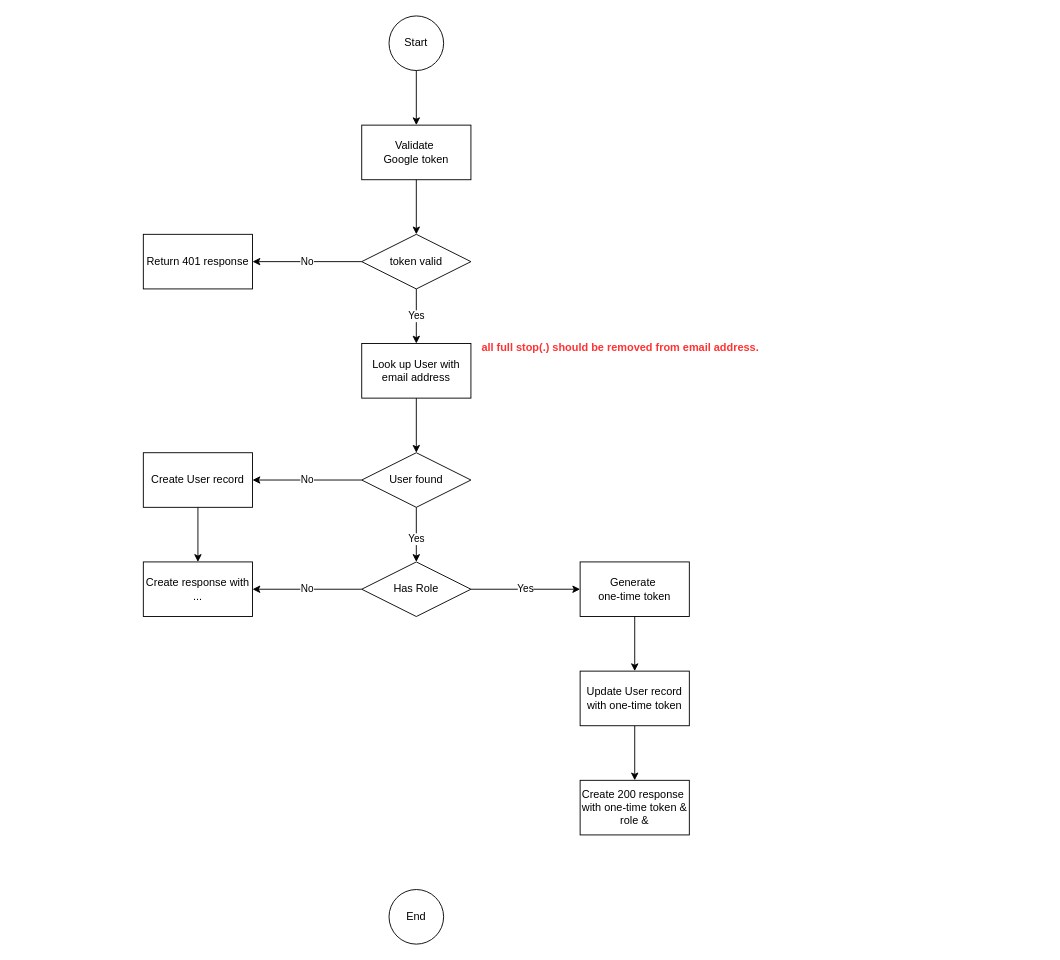
Above: page "api/login" (1 of 3) of logging/Secure implementations.drawio in danieldotskc/helloworld (draw.io), before the change. Source tidied: cells renumbered, new cells numbered last; positions are measured from the earlier drawing's top-left corner, leaving out a move shared by most shapes. Both pictures are drawn from the tidied source at 91%, with x=0, y=0 at pixel (143, 15).
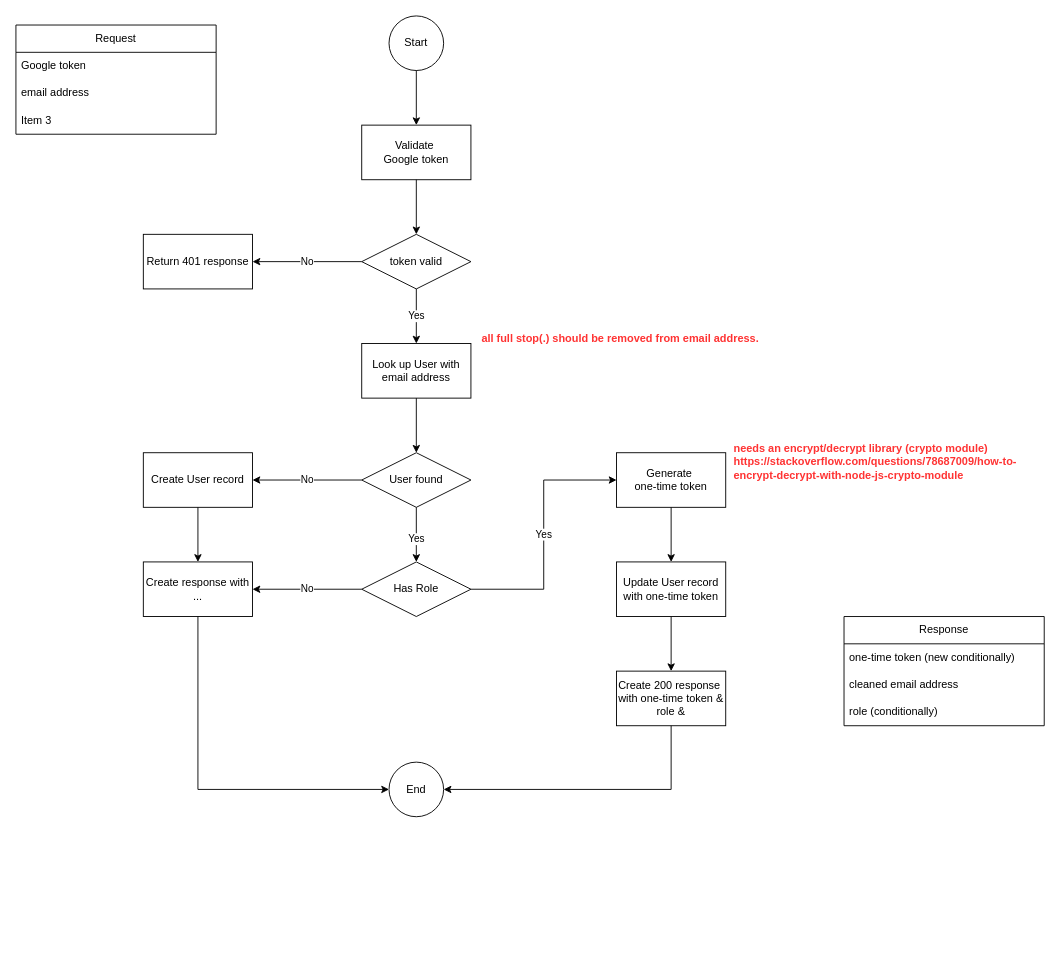
The same diagram, later.

The change refers to these unchanged cells:
```xml
<mxCell id="8" value="Has Role" style="shape=rhombus;perimeter=rhombusPerimeter;whiteSpace=wrap;html=1;align=center;" parent="1" vertex="1">
  <mxGeometry x="240" y="600" width="120" height="60" as="geometry" />
</mxCell>
<mxCell id="11" value="Create response with&lt;div&gt;...&lt;/div&gt;" style="rounded=0;whiteSpace=wrap;html=1;" parent="1" vertex="1">
  <mxGeometry y="600" width="120" height="60" as="geometry" />
</mxCell>
```

Diff of the diagram source:
```diff
@@
     <mxCell id="10" value="Yes" style="endArrow=classic;html=1;rounded=0;exitX=1;exitY=0.5;exitDx=0;exitDy=0;entryX=0;entryY=0.5;entryDx=0;entryDy=0;" parent="1" edge="1" source="8" target="12">
-      <mxGeometry relative="1" as="geometry" />
+      <mxGeometry relative="1" as="geometry">
+        <Array as="points">
+          <mxPoint x="440" y="630" />
+          <mxPoint x="440" y="510" />
+        </Array>
+      </mxGeometry>
     </mxCell>
@@
     <mxCell id="12" value="Generate&amp;nbsp;&lt;div&gt;one-time token&lt;/div&gt;" style="rounded=0;whiteSpace=wrap;html=1;" parent="1" vertex="1">
-      <mxGeometry x="480" y="600" width="120" height="60" as="geometry" />
+      <mxGeometry x="520" y="480" width="120" height="60" as="geometry" />
     </mxCell>
@@
     <mxCell id="14" value="Update User record with one-time token" style="rounded=0;whiteSpace=wrap;html=1;" parent="1" vertex="1">
-      <mxGeometry x="480" y="720" width="120" height="60" as="geometry" />
+      <mxGeometry x="520" y="600" width="120" height="60" as="geometry" />
     </mxCell>
@@
     <mxCell id="16" value="End" style="ellipse;whiteSpace=wrap;html=1;shapeInside=1;" parent="1" vertex="1">
-      <mxGeometry x="270" y="960" width="60" height="60" as="geometry" />
+      <mxGeometry x="270" y="820" width="60" height="60" as="geometry" />
     </mxCell>
@@
     <mxCell id="26" value="Create 200 response&amp;nbsp;&lt;div&gt;with one-time &lt;span style=&quot;background-color: transparent; color: light-dark(rgb(0, 0, 0), rgb(255, 255, 255));&quot;&gt;token &amp;amp; role &amp;amp;&lt;/span&gt;&lt;/div&gt;" style="whiteSpace=wrap;html=1;rounded=0;" parent="1" vertex="1">
-      <mxGeometry x="480" y="840" width="120" height="60" as="geometry" />
+      <mxGeometry x="520" y="720" width="120" height="60" as="geometry" />
     </mxCell>
     <mxCell id="27" value="&lt;b style=&quot;color: rgb(255, 51, 51);&quot;&gt;all full stop(.) should be removed from email address.&lt;/b&gt;" style="text;html=1;whiteSpace=wrap;strokeColor=none;fillColor=none;align=left;verticalAlign=middle;rounded=0;" parent="1" vertex="1">
-      <mxGeometry x="370" y="350" width="320" height="30" as="geometry" />
+      <mxGeometry x="370" y="340" width="320" height="30" as="geometry" />
     </mxCell>
+    <mxCell id="28" value="&lt;font color=&quot;#ff3333&quot;&gt;&lt;b&gt;needs an encrypt/decrypt library (crypto module)&lt;/b&gt;&lt;/font&gt;&lt;div&gt;&lt;font color=&quot;#ff3333&quot;&gt;&lt;b&gt;https://stackoverflow.com/questions/78687009/how-to-encrypt-decrypt-with-node-js-crypto-module&lt;/b&gt;&lt;/font&gt;&lt;/div&gt;" style="text;html=1;whiteSpace=wrap;strokeColor=none;fillColor=none;align=left;verticalAlign=middle;rounded=0;" parent="1" vertex="1">
+      <mxGeometry x="647" y="460" width="320" height="60" as="geometry" />
+    </mxCell>
+    <mxCell id="29" value="Response" style="swimlane;fontStyle=0;horizontal=1;startSize=30;whiteSpace=wrap;html=1;" parent="1" vertex="1">
+      <mxGeometry x="770" y="660" width="220" height="120" as="geometry" />
+    </mxCell>
+    <mxCell id="30" value="one-time token (new conditionally)" style="text;strokeColor=none;fillColor=none;align=left;verticalAlign=middle;spacingLeft=4;spacingRight=4;overflow=hidden;whiteSpace=wrap;html=1;" parent="29" vertex="1">
+      <mxGeometry y="30" width="220" height="30" as="geometry" />
+    </mxCell>
+    <mxCell id="31" value="cleaned email address" style="text;strokeColor=none;fillColor=none;align=left;verticalAlign=middle;spacingLeft=4;spacingRight=4;overflow=hidden;whiteSpace=wrap;html=1;" parent="29" vertex="1">
+      <mxGeometry y="60" width="220" height="30" as="geometry" />
+    </mxCell>
+    <mxCell id="32" value="role (conditionally)" style="text;strokeColor=none;fillColor=none;align=left;verticalAlign=middle;spacingLeft=4;spacingRight=4;overflow=hidden;whiteSpace=wrap;html=1;" parent="29" vertex="1">
+      <mxGeometry y="90" width="220" height="30" as="geometry" />
+    </mxCell>
+    <mxCell id="33" value="Request" style="swimlane;fontStyle=0;horizontal=1;startSize=30;whiteSpace=wrap;html=1;" parent="1" vertex="1">
+      <mxGeometry x="-140" y="10" width="220" height="120" as="geometry" />
+    </mxCell>
+    <mxCell id="34" value="Google token" style="text;strokeColor=none;fillColor=none;align=left;verticalAlign=middle;spacingLeft=4;spacingRight=4;overflow=hidden;whiteSpace=wrap;html=1;" parent="33" vertex="1">
+      <mxGeometry y="30" width="220" height="30" as="geometry" />
+    </mxCell>
+    <mxCell id="35" value="email address" style="text;strokeColor=none;fillColor=none;align=left;verticalAlign=middle;spacingLeft=4;spacingRight=4;overflow=hidden;whiteSpace=wrap;html=1;" parent="33" vertex="1">
+      <mxGeometry y="60" width="220" height="30" as="geometry" />
+    </mxCell>
+    <mxCell id="36" value="Item 3" style="text;strokeColor=none;fillColor=none;align=left;verticalAlign=middle;spacingLeft=4;spacingRight=4;overflow=hidden;whiteSpace=wrap;html=1;" parent="33" vertex="1">
+      <mxGeometry y="90" width="220" height="30" as="geometry" />
+    </mxCell>
+    <mxCell id="37" style="endArrow=classic;html=1;rounded=0;exitX=0.5;exitY=1;exitDx=0;exitDy=0;entryX=0;entryY=0.5;entryDx=0;entryDy=0;" parent="1" edge="1" source="11" target="16">
+      <mxGeometry relative="1" as="geometry">
+        <Array as="points">
+          <mxPoint x="60" y="850" />
+        </Array>
+      </mxGeometry>
+    </mxCell>
+    <mxCell id="38" style="endArrow=classic;html=1;rounded=0;entryX=1;entryY=0.5;entryDx=0;entryDy=0;exitX=0.5;exitY=1;exitDx=0;exitDy=0;" parent="1" edge="1" source="26" target="16">
+      <mxGeometry relative="1" as="geometry">
+        <Array as="points">
+          <mxPoint x="580" y="850" />
+        </Array>
+      </mxGeometry>
+    </mxCell>
```
